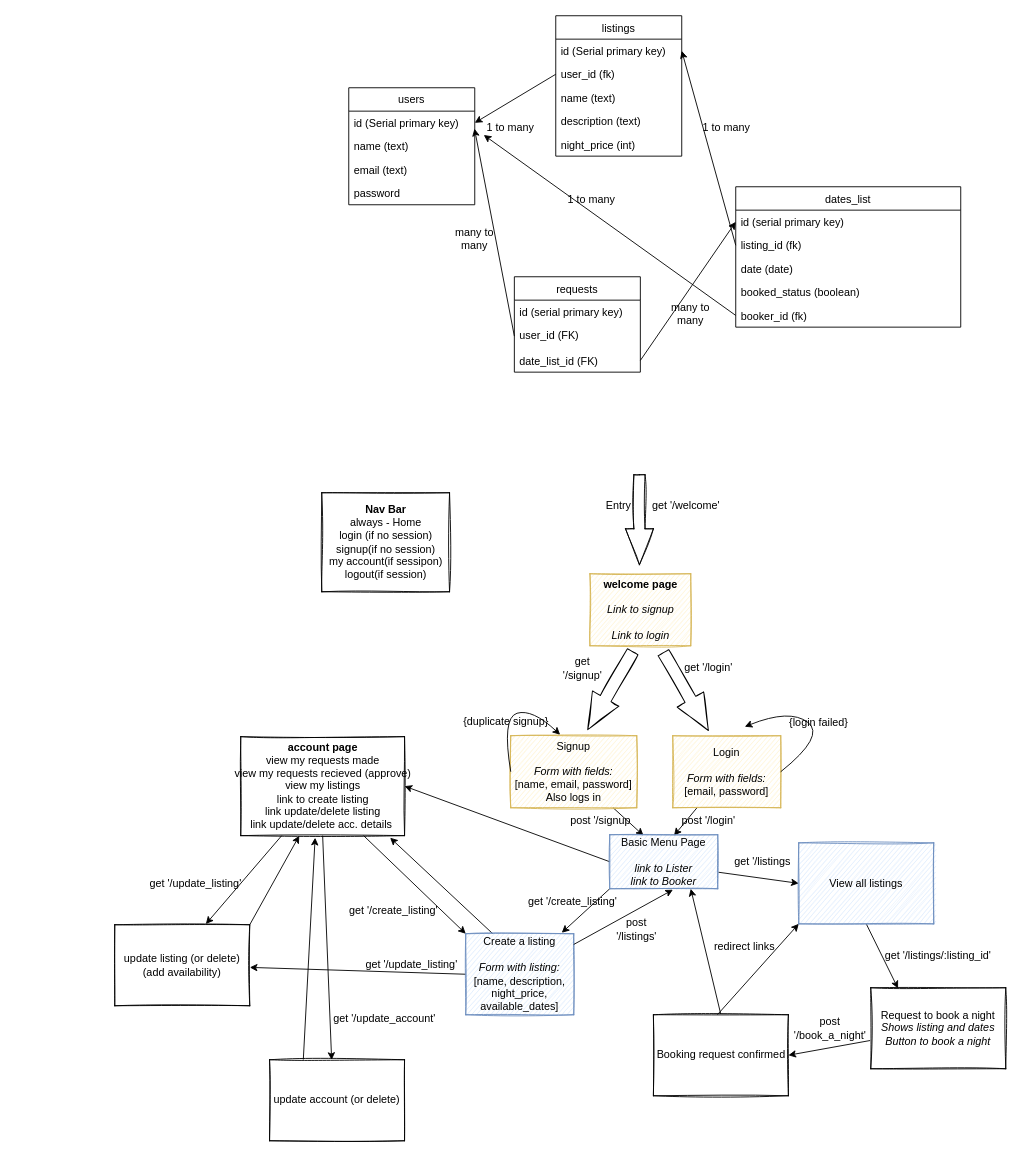
HOOLAHAN/arkle-bnb keeps this draw.io diagram as Design.drawio. Above is the earlier version. Source tidied: cells renumbered, new cells numbered last; positions are measured from the earlier drawing's top-left corner, leaving out a move shared by most shapes. Both pictures are drawn from the tidied source at 90%, with x=0, y=0 at pixel (114, 15).
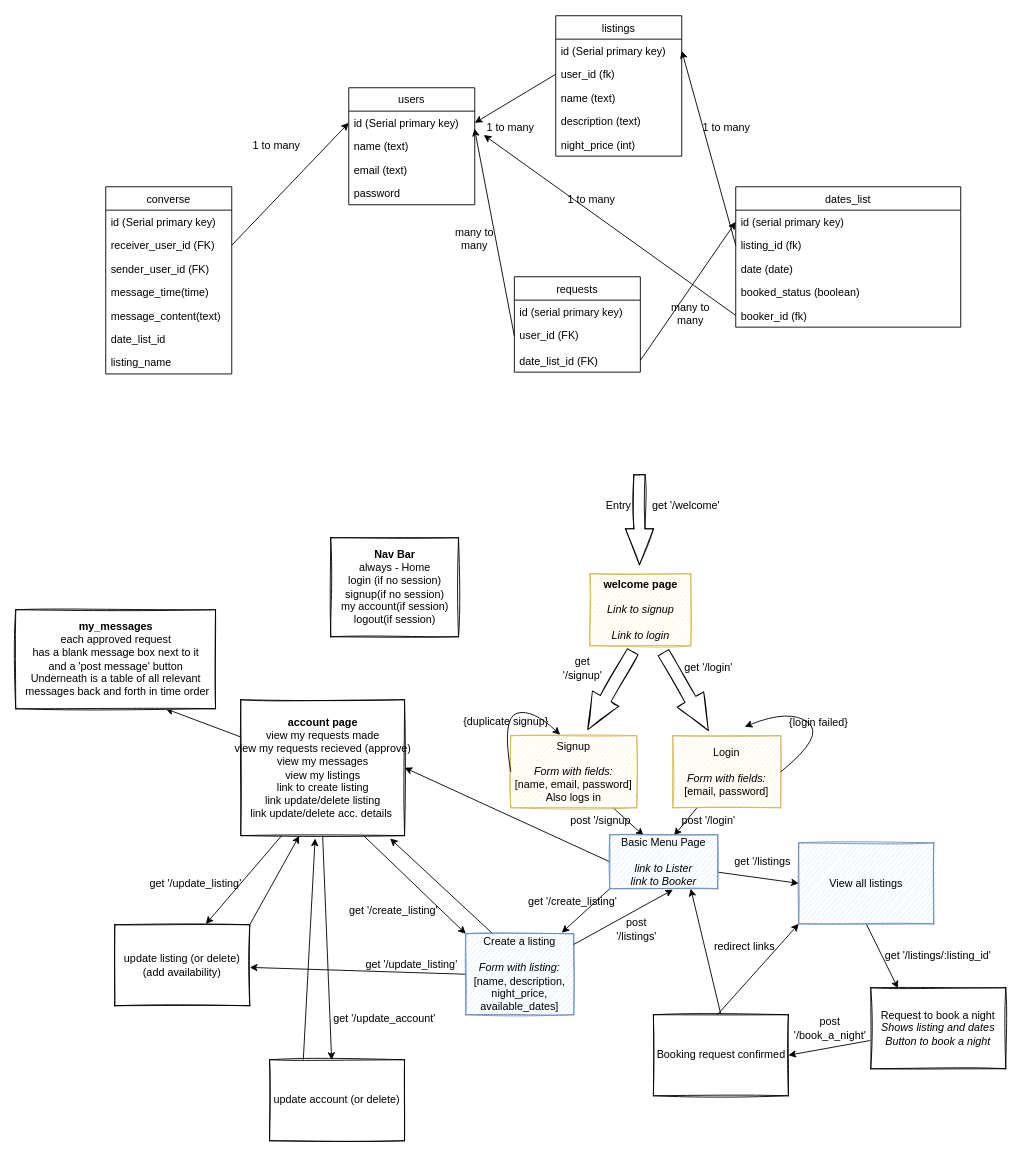
The same diagram, later.

Commit message (it also covers changes not shown here):
design and setup done, started work on queries, repo and page

The change refers to these unchanged cells:
```xml
<mxCell id="3" value="id (Serial primary key)" style="text;strokeColor=none;fillColor=none;align=left;verticalAlign=top;spacingLeft=4;spacingRight=4;overflow=hidden;points=[[0,0.5],[1,0.5]];portConstraint=eastwest;" parent="2" vertex="1">
  <mxGeometry y="26" width="140" height="26" as="geometry" />
</mxCell>
```

Diff of the diagram source:
```diff
@@
+    <mxCell id="85" style="edgeStyle=none;html=1;entryX=0.75;entryY=1;entryDx=0;entryDy=0;" parent="1" edge="1" source="75" target="96">
+      <mxGeometry relative="1" as="geometry" />
+    </mxCell>
-    <mxCell id="75" value="&lt;b&gt;account page&lt;/b&gt;&lt;br&gt;view my requests made&lt;br&gt;view my requests recieved (approve)&lt;br&gt;view my listings&lt;br&gt;link to create listing&lt;br&gt;link update/delete listing&lt;br&gt;link update/delete acc. details&amp;nbsp;" style="html=1;sketch=1;" parent="1" vertex="1">
-      <mxGeometry x="140" y="801" width="182" height="110" as="geometry" />
+    <mxCell id="75" value="&lt;b&gt;account page&lt;/b&gt;&lt;br&gt;view my requests made&lt;br&gt;view my requests recieved (approve)&lt;br&gt;view my messages&lt;br&gt;view my listings&lt;br&gt;link to create listing&lt;br&gt;link update/delete listing&lt;br&gt;link update/delete acc. details&amp;nbsp;" style="html=1;sketch=1;" parent="1" vertex="1">
+      <mxGeometry x="140" y="760" width="182" height="151" as="geometry" />
     </mxCell>
-    <mxCell id="76" value="&lt;b&gt;Nav Bar&lt;br&gt;&lt;/b&gt;always - Home&lt;br&gt;login (if no session)&lt;br&gt;signup(if no session)&lt;br&gt;my account(if sessipon)&lt;br&gt;logout(if session)" style="html=1;sketch=1;" parent="1" vertex="1">
-      <mxGeometry x="230" y="530" width="142" height="110" as="geometry" />
+    <mxCell id="76" value="&lt;b&gt;Nav Bar&lt;br&gt;&lt;/b&gt;always - Home&lt;br&gt;login (if no session)&lt;br&gt;signup(if no session)&lt;br&gt;my account(if session)&lt;br&gt;logout(if session)" style="html=1;sketch=1;" parent="1" vertex="1">
+      <mxGeometry x="240" y="580" width="142" height="110" as="geometry" />
     </mxCell>
@@
+    <mxCell id="86" style="edgeStyle=none;html=1;entryX=0;entryY=0.5;entryDx=0;entryDy=0;exitX=1;exitY=0.5;exitDx=0;exitDy=0;" parent="1" edge="1" source="89" target="3">
+      <mxGeometry relative="1" as="geometry" />
+    </mxCell>
+    <mxCell id="87" value="converse" style="swimlane;fontStyle=0;horizontal=1;startSize=26;fillColor=none;" parent="1" vertex="1">
+      <mxGeometry x="-10" y="190" width="140" height="208" as="geometry" />
+    </mxCell>
+    <mxCell id="88" value="id (Serial primary key)" style="text;strokeColor=none;fillColor=none;align=left;verticalAlign=top;spacingLeft=4;spacingRight=4;overflow=hidden;" parent="87" vertex="1">
+      <mxGeometry y="26" width="140" height="26" as="geometry" />
+    </mxCell>
+    <mxCell id="89" value="receiver_user_id (FK)" style="text;strokeColor=none;fillColor=none;align=left;verticalAlign=top;spacingLeft=4;spacingRight=4;overflow=hidden;points=[[0,0.5],[1,0.5]];portConstraint=eastwest;" parent="87" vertex="1">
+      <mxGeometry y="52" width="140" height="26" as="geometry" />
+    </mxCell>
+    <mxCell id="90" value="sender_user_id (FK)" style="text;strokeColor=none;fillColor=none;align=left;verticalAlign=top;spacingLeft=4;spacingRight=4;overflow=hidden;" parent="87" vertex="1">
+      <mxGeometry y="78" width="140" height="26" as="geometry" />
+    </mxCell>
+    <mxCell id="91" value="message_time(time)" style="text;strokeColor=none;fillColor=none;align=left;verticalAlign=top;spacingLeft=4;spacingRight=4;overflow=hidden;" parent="87" vertex="1">
+      <mxGeometry y="104" width="140" height="26" as="geometry" />
+    </mxCell>
+    <mxCell id="92" value="message_content(text)" style="text;strokeColor=none;fillColor=none;align=left;verticalAlign=top;spacingLeft=4;spacingRight=4;overflow=hidden;" parent="87" vertex="1">
+      <mxGeometry y="130" width="140" height="26" as="geometry" />
+    </mxCell>
+    <mxCell id="93" value="date_list_id&#10;" style="text;strokeColor=none;fillColor=none;align=left;verticalAlign=top;spacingLeft=4;spacingRight=4;overflow=hidden;" parent="87" vertex="1">
+      <mxGeometry y="156" width="140" height="26" as="geometry" />
+    </mxCell>
+    <mxCell id="94" value="listing_name" style="text;strokeColor=none;fillColor=none;align=left;verticalAlign=top;spacingLeft=4;spacingRight=4;overflow=hidden;" parent="87" vertex="1">
+      <mxGeometry y="182" width="140" height="26" as="geometry" />
+    </mxCell>
+    <mxCell id="95" value="1 to many" style="text;html=1;strokeColor=none;fillColor=none;align=center;verticalAlign=middle;whiteSpace=wrap;rounded=0;" parent="1" vertex="1">
+      <mxGeometry x="150" y="130" width="60" height="30" as="geometry" />
+    </mxCell>
+    <mxCell id="96" value="&lt;b&gt;my_messages&lt;/b&gt;&lt;br&gt;each approved request &lt;br&gt;has a blank message box next to it&lt;br&gt;and a 'post message' button&lt;br&gt;Underneath is a table of all relevant&lt;br&gt;&amp;nbsp;messages back and forth in time order" style="html=1;sketch=1;" parent="1" vertex="1">
+      <mxGeometry x="-110" y="660" width="222" height="110" as="geometry" />
+    </mxCell>
```
